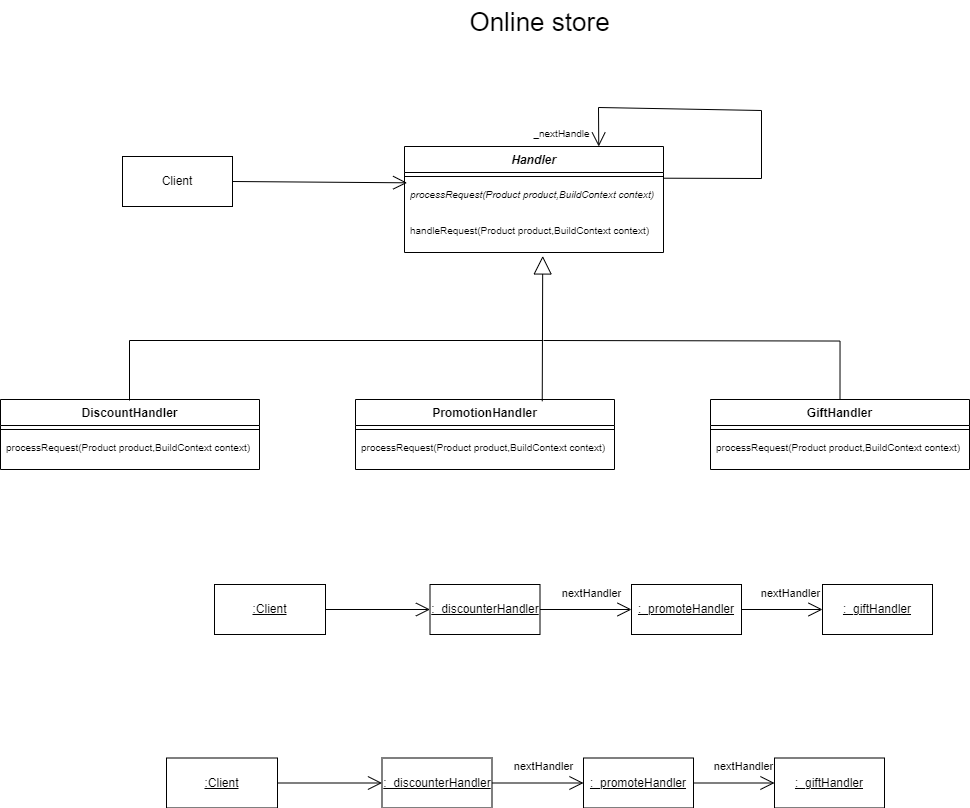
Above: diagram.drawio.png in xiangxiang3451/OOAP_03 (draw.io), before the change. Source tidied: cells renumbered, new cells last; positions are measured from the earlier drawing's top-left corner, leaving out a move shared by most shapes.
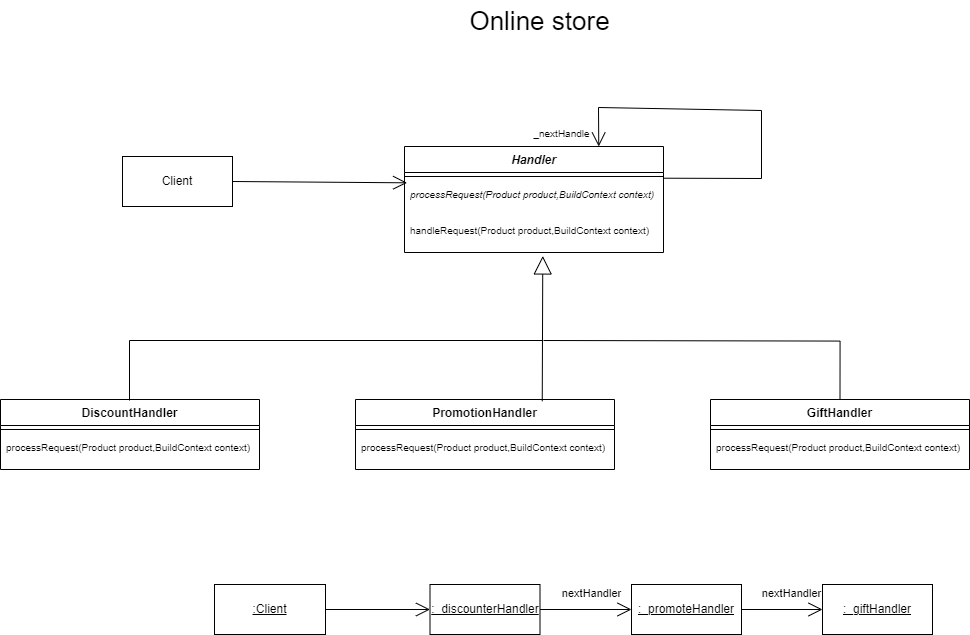
After the commit.

Diff of the diagram source:
```diff
@@ -107,32 +107,5 @@
     <mxCell id="31" value="&lt;font style=&quot;font-size: 11px;&quot;&gt;nextHandler&lt;/font&gt;" style="text;html=1;align=center;verticalAlign=middle;strokeColor=none;fillColor=none;fontSize=16;" parent="1" vertex="1">
       <mxGeometry x="752" y="575.5" width="77" height="31" as="geometry" />
     </mxCell>
-    <mxCell id="32" value="&lt;u&gt;:Client&lt;/u&gt;" style="html=1;whiteSpace=wrap;" parent="1" vertex="1">
-      <mxGeometry x="166" y="757.5" width="111" height="50" as="geometry" />
-    </mxCell>
-    <mxCell id="33" value="&lt;u&gt;:_discounterHandler&lt;/u&gt;" style="html=1;whiteSpace=wrap;" parent="1" vertex="1">
-      <mxGeometry x="381.5" y="757.5" width="110" height="50" as="geometry" />
-    </mxCell>
-    <mxCell id="34" value="&lt;u&gt;:_promoteHandler&lt;/u&gt;" style="html=1;whiteSpace=wrap;" parent="1" vertex="1">
-      <mxGeometry x="583" y="757.5" width="110" height="50" as="geometry" />
-    </mxCell>
-    <mxCell id="35" value="&lt;u&gt;:_giftHandler&lt;/u&gt;" style="html=1;whiteSpace=wrap;" parent="1" vertex="1">
-      <mxGeometry x="774" y="757.5" width="110" height="50" as="geometry" />
-    </mxCell>
-    <mxCell id="36" style="endArrow=open;endFill=1;endSize=12;html=1;rounded=0;fontSize=12;curved=1;entryX=0;entryY=0.5;entryDx=0;entryDy=0;exitX=1;exitY=0.5;exitDx=0;exitDy=0;" parent="1" edge="1" source="32" target="33">
-      <mxGeometry relative="1" as="geometry" />
-    </mxCell>
-    <mxCell id="37" style="endArrow=open;endFill=1;endSize=12;html=1;rounded=0;fontSize=12;curved=1;entryX=0;entryY=0.5;entryDx=0;entryDy=0;exitX=1;exitY=0.5;exitDx=0;exitDy=0;" parent="1" edge="1" source="33" target="34">
-      <mxGeometry relative="1" as="geometry" />
-    </mxCell>
-    <mxCell id="38" style="endArrow=open;endFill=1;endSize=12;html=1;rounded=0;fontSize=12;curved=1;entryX=0;entryY=0.5;entryDx=0;entryDy=0;exitX=1;exitY=0.5;exitDx=0;exitDy=0;" parent="1" edge="1" source="34" target="35">
-      <mxGeometry relative="1" as="geometry" />
-    </mxCell>
-    <mxCell id="39" value="&lt;font style=&quot;font-size: 11px;&quot;&gt;nextHandler&lt;/font&gt;" style="text;html=1;align=center;verticalAlign=middle;strokeColor=none;fillColor=none;fontSize=16;" parent="1" vertex="1">
-      <mxGeometry x="504.5" y="749" width="77" height="31" as="geometry" />
-    </mxCell>
-    <mxCell id="40" value="&lt;font style=&quot;font-size: 11px;&quot;&gt;nextHandler&lt;/font&gt;" style="text;html=1;align=center;verticalAlign=middle;strokeColor=none;fillColor=none;fontSize=16;" parent="1" vertex="1">
-      <mxGeometry x="704" y="749" width="77" height="31" as="geometry" />
-    </mxCell>
   </root>
 </mxGraphModel>
```
